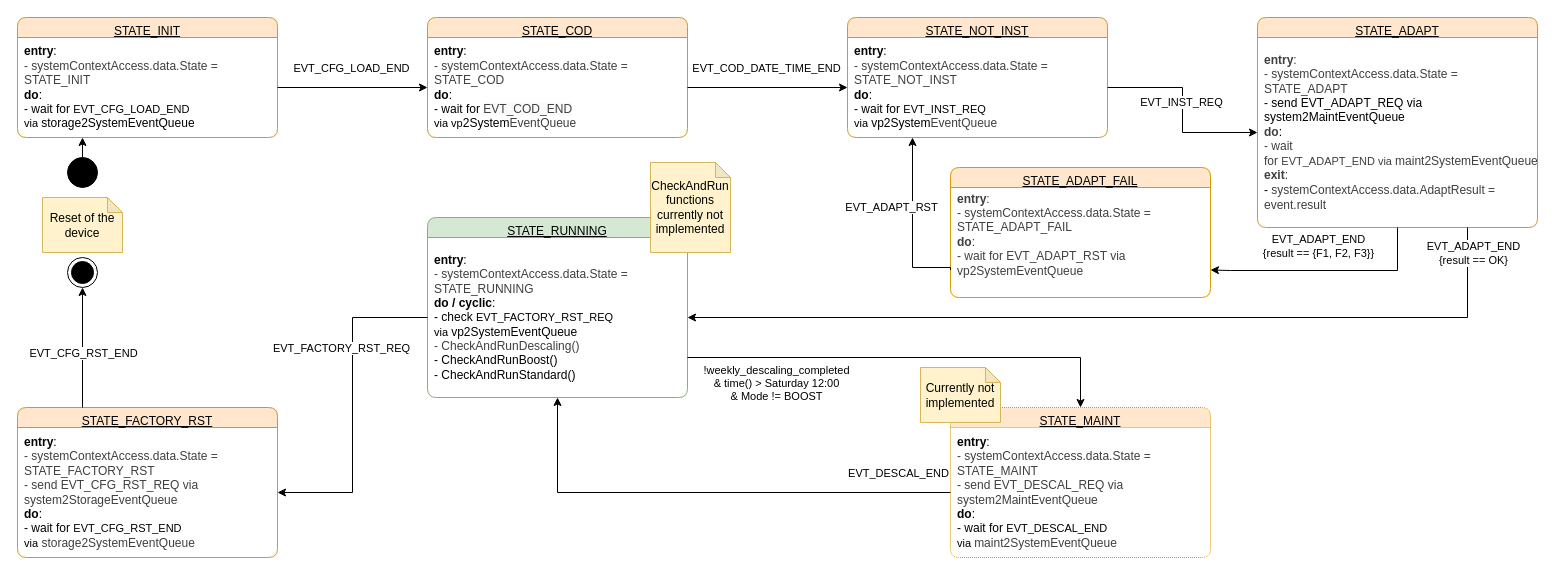
Above: software/diagrams/mt-rt-sw-system-task-state-machine.drawio in MiraTherm/miratherm-radiator-thermostat-documentation (draw.io), before the change. Source tidied: cells renumbered, new cells numbered last; positions are measured from the earlier drawing's top-left corner, leaving out a move shared by most shapes. Both pictures are drawn from the tidied source at 100%, with x=0, y=0 at pixel (17, 17).
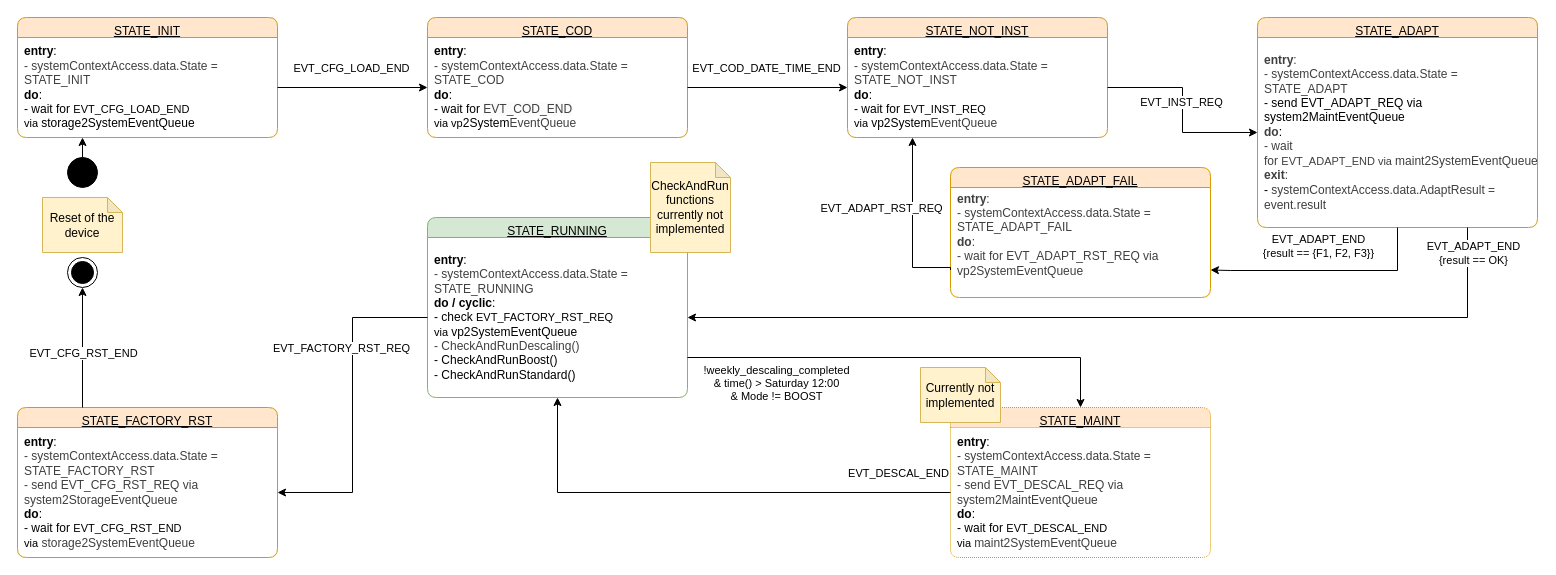
The same diagram, later.

Commit message:
:pencil2: Corrent event name

Unchanged cells that the change refers to:
```xml
<mxCell id="34" value="STATE_ADAPT_FAIL" style="swimlane;fontStyle=4;align=center;verticalAlign=top;horizontal=1;startSize=20;html=1;rounded=1;absoluteArcSize=1;arcSize=18;whiteSpace=wrap;fillColor=#ffe6cc;strokeColor=#d79b00;" parent="1" vertex="1">
  <mxGeometry x="933" y="150" width="260" height="130" as="geometry" />
</mxCell>
<mxCell id="36" style="edgeStyle=orthogonalEdgeStyle;rounded=0;jettySize=auto;html=1;exitX=0;exitY=0.75;exitDx=0;exitDy=0;entryX=0.25;entryY=1;entryDx=0;entryDy=0;" parent="1" edge="1" source="35" target="7">
  <mxGeometry relative="1" as="geometry">
    <Array as="points">
      <mxPoint x="933" y="250" />
      <mxPoint x="895" y="250" />
    </Array>
  </mxGeometry>
</mxCell>
```

What changed in the source:
```diff
@@
-    <mxCell id="35" value="&lt;b style=&quot;color: rgb(63, 63, 63); scrollbar-color: rgb(226, 226, 226) rgb(251, 251, 251);&quot;&gt;entry&lt;/b&gt;&lt;span style=&quot;color: rgb(63, 63, 63);&quot;&gt;:&lt;/span&gt;&lt;span style=&quot;scrollbar-color: rgb(226, 226, 226) rgb(251, 251, 251); color: rgb(63, 63, 63);&quot;&gt;&lt;br&gt;-&amp;nbsp;&lt;span style=&quot;color: rgb(63, 63, 63);&quot;&gt;systemContextAccess.data&lt;/span&gt;.State = STATE_ADAPT_FAIL&lt;/span&gt;&lt;div&gt;&lt;span style=&quot;color: rgb(63, 63, 63); background-color: transparent; text-wrap-mode: nowrap; font-family: monospace; font-size: 0px;&quot;&gt;&lt;span style=&quot;color: rgb(63, 63, 63); background-color: transparent; font-family: Helvetica; font-size: 12px; text-wrap-mode: wrap;&quot;&gt;&lt;span style=&quot;color: rgb(63, 63, 63);&quot;&gt;&lt;b&gt;do&lt;/b&gt;:&lt;br&gt;&lt;div style=&quot;color: rgb(63, 63, 63); scrollbar-color: rgb(226, 226, 226) rgb(251, 251, 251);&quot;&gt;- wait for EVT_ADAPT_RST via vp&lt;span style=&quot;scrollbar-color: rgb(226, 226, 226) rgb(251, 251, 251); background-color: transparent; color: rgb(63, 63, 63);&quot;&gt;2SystemEventQueue&lt;/span&gt;&lt;/div&gt;&lt;b style=&quot;color: rgb(63, 63, 63); scrollbar-color: rgb(226, 226, 226) rgb(251, 251, 251);&quot;&gt;&lt;/b&gt;&lt;/span&gt;&lt;/span&gt;&lt;/span&gt;&lt;/div&gt;&lt;div&gt;&lt;span style=&quot;color: rgb(63, 63, 63); background-color: transparent; text-wrap-mode: nowrap; font-family: monospace; font-size: 0px;&quot;&gt;3CmxGraphModel%3E%3Croot%3E%3CmxCell%20id%3D%220%22%2F%3E%3CmxCell%20id%3D%221%22%20parent%3D%220%22%2F%3E%3CmxCell%20id%3D%222%22%20value%3D%22STATE_INIT%22%20style%3D%22swimlane%3BfontStyle%3D4%3Balign%3Dcenter%3BverticalAlign%3Dtop%3BchildLayout%3DstackLayout%3Bhorizontal%3D1%3BstartSize%3D20%3BhorizontalStack%3D0%3BresizeParent%3D1%3BresizeParentMax%3D0%3BresizeLast%3D0%3Bcollapsible%3D0%3BmarginBottom%3D0%3Bhtml%3D1%3Brounded%3D1%3BabsoluteArcSize%3D1%3BarcSize%3D18%3BwhiteSpace%3Dwrap%3B%22%20vertex%3D%221%22%20parent%3D%221%22%3E%3CmxGeometry%20x%3D%22200%22%20y%3D%22290%22%20width%3D%22240%22%20height%3D%22150%22%20as%3D%22geometry%22%2F%3E%3C%2FmxCell%3E%3CmxCell%20id%3D%223%22%20value%3D%22%26lt%3Bdiv%26gt%3B%26lt%3Bb%26gt%3Bentry%26lt%3B%2Fb%26gt%3B%3A%26lt%3Bbr%26gt%3B-%20SleepLock_Acquire(SYS_SLEEP_LOCK)%26lt%3Bbr%26gt%3B-%20send%20EVT_CFG_LOAD_REQ%20via%20system2StorageQueue%26lt%3B%2Fdiv%26gt%3B%26lt%3Bdiv%26gt%3B%26lt%3Bb%26gt%3Bdo%26lt%3B%2Fb%26gt%3B%3A%26lt%3Bbr%26gt%3B-%20wait%20for%26amp%3Bnbsp%3B%26lt%3Bspan%20style%3D%26quot%3Bcolor%3A%20rgb(63%2C%2063%2C%2063)%3B%20background-color%3A%20transparent%3B%26quot%3B%26gt%3Bstorage2SystemQueue%26lt%3B%2Fspan%26gt%3B%26lt%3B%2Fdiv%26gt%3B%26lt%3Bb%26gt%3Bexit%26lt%3B%2Fb%26gt%3B%3A%26lt%3Bbr%26gt%3B%26lt%3Bspan%20style%3D%26quot%3Btext-wrap-mode%3A%20nowrap%3B%20font-size%3A%2011px%3B%20text-align%3A%20center%3B%20background-color%3A%20rgb(255%2C%20255%2C%20255)%3B%26quot%3B%26gt%3B-%26amp%3Bnbsp%3BSleepLock_Release(SYS_SLEEP_LOCK)%26lt%3B%2Fspan%26gt%3B%22%20style%3D%22fillColor%3Dnone%3BstrokeColor%3Dnone%3Balign%3Dleft%3BverticalAlign%3Dmiddle%3BspacingLeft%3D5%3BwhiteSpace%3Dwrap%3Bhtml%3D1%3B%22%20vertex%3D%221%22%20parent%3D%222%22%3E%3CmxGeometry%20y%3D%2220%22%20width%3D%22240%22%20height%3D%22130%22%20as%3D%22geometry%22%2F%3E%3C%2FmxCell%3E%3C%2Froot%3E%3C%2FmxGraphModel%3E&lt;/span&gt;&lt;span style=&quot;color: rgb(63, 63, 63); background-color: transparent;&quot;&gt;&lt;font face=&quot;monospace&quot;&gt;&lt;/font&gt;&lt;/span&gt;&lt;/div&gt;" style="fillColor=none;strokeColor=none;align=left;verticalAlign=middle;spacingLeft=5;whiteSpace=wrap;html=1;" parent="34" vertex="1">
+    <mxCell id="35" value="&lt;b style=&quot;color: rgb(63, 63, 63); scrollbar-color: rgb(226, 226, 226) rgb(251, 251, 251);&quot;&gt;entry&lt;/b&gt;&lt;span style=&quot;color: rgb(63, 63, 63);&quot;&gt;:&lt;/span&gt;&lt;span style=&quot;scrollbar-color: rgb(226, 226, 226) rgb(251, 251, 251); color: rgb(63, 63, 63);&quot;&gt;&lt;br&gt;-&amp;nbsp;&lt;span style=&quot;color: rgb(63, 63, 63);&quot;&gt;systemContextAccess.data&lt;/span&gt;.State = STATE_ADAPT_FAIL&lt;/span&gt;&lt;div&gt;&lt;span style=&quot;color: rgb(63, 63, 63); background-color: transparent; text-wrap-mode: nowrap; font-family: monospace; font-size: 0px;&quot;&gt;&lt;span style=&quot;color: rgb(63, 63, 63); background-color: transparent; font-family: Helvetica; font-size: 12px; text-wrap-mode: wrap;&quot;&gt;&lt;span style=&quot;color: rgb(63, 63, 63);&quot;&gt;&lt;b&gt;do&lt;/b&gt;:&lt;br&gt;&lt;div style=&quot;color: rgb(63, 63, 63); scrollbar-color: rgb(226, 226, 226) rgb(251, 251, 251);&quot;&gt;- wait for EVT_ADAPT_RST_REQ via vp&lt;span style=&quot;scrollbar-color: rgb(226, 226, 226) rgb(251, 251, 251); background-color: transparent; color: rgb(63, 63, 63);&quot;&gt;2SystemEventQueue&lt;/span&gt;&lt;/div&gt;&lt;b style=&quot;color: rgb(63, 63, 63); scrollbar-color: rgb(226, 226, 226) rgb(251, 251, 251);&quot;&gt;&lt;/b&gt;&lt;/span&gt;&lt;/span&gt;&lt;/span&gt;&lt;/div&gt;&lt;div&gt;&lt;span style=&quot;color: rgb(63, 63, 63); background-color: transparent; text-wrap-mode: nowrap; font-family: monospace; font-size: 0px;&quot;&gt;3CmxGraphModel%3E%3Croot%3E%3CmxCell%20id%3D%220%22%2F%3E%3CmxCell%20id%3D%221%22%20parent%3D%220%22%2F%3E%3CmxCell%20id%3D%222%22%20value%3D%22STATE_INIT%22%20style%3D%22swimlane%3BfontStyle%3D4%3Balign%3Dcenter%3BverticalAlign%3Dtop%3BchildLayout%3DstackLayout%3Bhorizontal%3D1%3BstartSize%3D20%3BhorizontalStack%3D0%3BresizeParent%3D1%3BresizeParentMax%3D0%3BresizeLast%3D0%3Bcollapsible%3D0%3BmarginBottom%3D0%3Bhtml%3D1%3Brounded%3D1%3BabsoluteArcSize%3D1%3BarcSize%3D18%3BwhiteSpace%3Dwrap%3B%22%20vertex%3D%221%22%20parent%3D%221%22%3E%3CmxGeometry%20x%3D%22200%22%20y%3D%22290%22%20width%3D%22240%22%20height%3D%22150%22%20as%3D%22geometry%22%2F%3E%3C%2FmxCell%3E%3CmxCell%20id%3D%223%22%20value%3D%22%26lt%3Bdiv%26gt%3B%26lt%3Bb%26gt%3Bentry%26lt%3B%2Fb%26gt%3B%3A%26lt%3Bbr%26gt%3B-%20SleepLock_Acquire(SYS_SLEEP_LOCK)%26lt%3Bbr%26gt%3B-%20send%20EVT_CFG_LOAD_REQ%20via%20system2StorageQueue%26lt%3B%2Fdiv%26gt%3B%26lt%3Bdiv%26gt%3B%26lt%3Bb%26gt%3Bdo%26lt%3B%2Fb%26gt%3B%3A%26lt%3Bbr%26gt%3B-%20wait%20for%26amp%3Bnbsp%3B%26lt%3Bspan%20style%3D%26quot%3Bcolor%3A%20rgb(63%2C%2063%2C%2063)%3B%20background-color%3A%20transparent%3B%26quot%3B%26gt%3Bstorage2SystemQueue%26lt%3B%2Fspan%26gt%3B%26lt%3B%2Fdiv%26gt%3B%26lt%3Bb%26gt%3Bexit%26lt%3B%2Fb%26gt%3B%3A%26lt%3Bbr%26gt%3B%26lt%3Bspan%20style%3D%26quot%3Btext-wrap-mode%3A%20nowrap%3B%20font-size%3A%2011px%3B%20text-align%3A%20center%3B%20background-color%3A%20rgb(255%2C%20255%2C%20255)%3B%26quot%3B%26gt%3B-%26amp%3Bnbsp%3BSleepLock_Release(SYS_SLEEP_LOCK)%26lt%3B%2Fspan%26gt%3B%22%20style%3D%22fillColor%3Dnone%3BstrokeColor%3Dnone%3Balign%3Dleft%3BverticalAlign%3Dmiddle%3BspacingLeft%3D5%3BwhiteSpace%3Dwrap%3Bhtml%3D1%3B%22%20vertex%3D%221%22%20parent%3D%222%22%3E%3CmxGeometry%20y%3D%2220%22%20width%3D%22240%22%20height%3D%22130%22%20as%3D%22geometry%22%2F%3E%3C%2FmxCell%3E%3C%2Froot%3E%3C%2FmxGraphModel%3E&lt;/span&gt;&lt;span style=&quot;color: rgb(63, 63, 63); background-color: transparent;&quot;&gt;&lt;font face=&quot;monospace&quot;&gt;&lt;/font&gt;&lt;/span&gt;&lt;/div&gt;" style="fillColor=none;strokeColor=none;align=left;verticalAlign=middle;spacingLeft=5;whiteSpace=wrap;html=1;" parent="34" vertex="1">
       <mxGeometry y="20" width="260" height="110" as="geometry" />
     </mxCell>
@@
-    <mxCell id="37" value="EVT_ADAPT_RST" style="edgeLabel;html=1;align=center;verticalAlign=middle;" parent="36" vertex="1">
+    <mxCell id="37" value="EVT_ADAPT_RST_REQ" style="edgeLabel;html=1;align=center;verticalAlign=middle;" parent="36" vertex="1">
       <mxGeometry x="0.04" y="3" relative="1" as="geometry">
-        <mxPoint x="-19" y="-12" as="offset" />
+        <mxPoint x="-29" y="-11" as="offset" />
       </mxGeometry>
     </mxCell>
```
